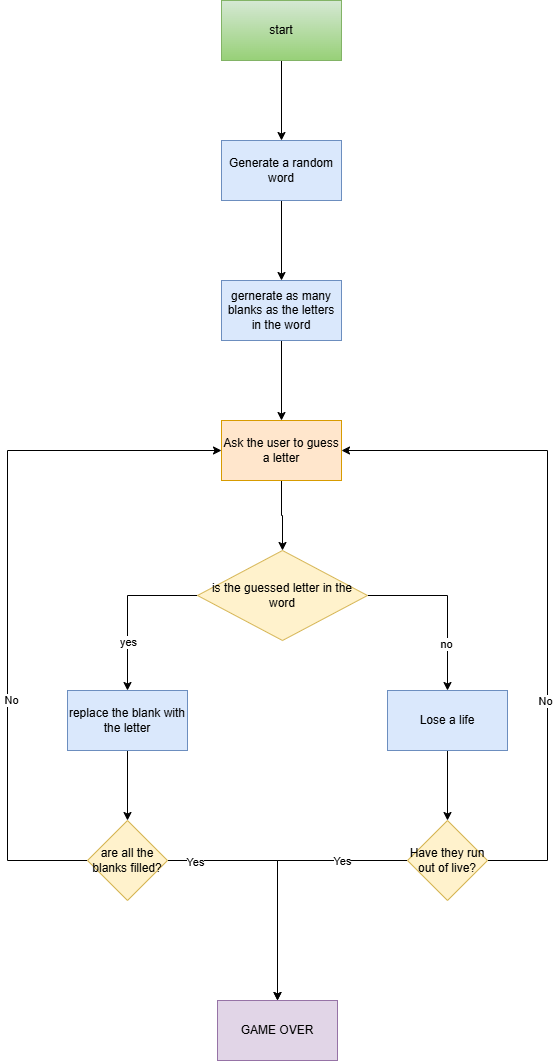
Earlier version of the draw.io export 07_review_skills/hangman.png (saurabhborse95/100-days-of-code-python). Source tidied: cells renumbered, new cells last; positions are measured from the earlier drawing's top-left corner, leaving out a move shared by most shapes. Its diagram source:
```xml
<mxGraphModel>
  <root>
    <mxCell id="0" />
    <mxCell id="1" parent="0" />
    <mxCell id="2" style="edgeStyle=orthogonalEdgeStyle;rounded=0;jettySize=auto;html=1;" parent="1" edge="1" source="3" target="5">
      <mxGeometry relative="1" as="geometry" />
    </mxCell>
    <mxCell id="3" value="start" style="rounded=0;whiteSpace=wrap;html=1;fillColor=#d5e8d4;gradientColor=#97d077;strokeColor=#82b366;" parent="1" vertex="1">
      <mxGeometry x="214" width="120" height="60" as="geometry" />
    </mxCell>
    <mxCell id="4" style="edgeStyle=orthogonalEdgeStyle;rounded=0;jettySize=auto;html=1;" parent="1" edge="1" source="5" target="7">
      <mxGeometry relative="1" as="geometry" />
    </mxCell>
    <mxCell id="5" value="Generate a random word" style="rounded=0;whiteSpace=wrap;html=1;fillColor=#dae8fc;strokeColor=#6c8ebf;" parent="1" vertex="1">
      <mxGeometry x="214" y="140" width="120" height="60" as="geometry" />
    </mxCell>
    <mxCell id="6" style="edgeStyle=orthogonalEdgeStyle;rounded=0;jettySize=auto;html=1;" parent="1" edge="1" source="7" target="9">
      <mxGeometry relative="1" as="geometry" />
    </mxCell>
    <mxCell id="7" value="gernerate as many blanks as the letters in the word" style="rounded=0;whiteSpace=wrap;html=1;fillColor=#dae8fc;strokeColor=#6c8ebf;" parent="1" vertex="1">
      <mxGeometry x="214" y="280" width="120" height="60" as="geometry" />
    </mxCell>
    <mxCell id="8" style="edgeStyle=orthogonalEdgeStyle;rounded=0;jettySize=auto;html=1;" parent="1" edge="1" source="9" target="14">
      <mxGeometry relative="1" as="geometry" />
    </mxCell>
    <mxCell id="9" value="Ask the user to guess a letter" style="rounded=0;whiteSpace=wrap;html=1;fillColor=#ffe6cc;strokeColor=#d79b00;" parent="1" vertex="1">
      <mxGeometry x="214" y="420" width="120" height="60" as="geometry" />
    </mxCell>
    <mxCell id="10" style="edgeStyle=orthogonalEdgeStyle;rounded=0;jettySize=auto;html=1;" parent="1" edge="1" source="14" target="16">
      <mxGeometry relative="1" as="geometry" />
    </mxCell>
    <mxCell id="11" value="yes" style="edgeLabel;html=1;align=center;verticalAlign=middle;" parent="10" vertex="1">
      <mxGeometry x="0.41" relative="1" as="geometry" />
    </mxCell>
    <mxCell id="12" style="edgeStyle=orthogonalEdgeStyle;rounded=0;jettySize=auto;html=1;" parent="1" edge="1" source="14" target="18">
      <mxGeometry relative="1" as="geometry" />
    </mxCell>
    <mxCell id="13" value="no" style="edgeLabel;html=1;align=center;verticalAlign=middle;" parent="12" vertex="1">
      <mxGeometry x="0.46" y="-2" relative="1" as="geometry" />
    </mxCell>
    <mxCell id="14" value="is the guessed letter in the word" style="rhombus;whiteSpace=wrap;html=1;rounded=0;fillColor=#fff2cc;strokeColor=#d6b656;" parent="1" vertex="1">
      <mxGeometry x="190" y="550" width="170" height="90" as="geometry" />
    </mxCell>
    <mxCell id="15" style="edgeStyle=orthogonalEdgeStyle;rounded=0;jettySize=auto;html=1;" parent="1" edge="1" source="16" target="23">
      <mxGeometry relative="1" as="geometry" />
    </mxCell>
    <mxCell id="16" value="replace the blank with the letter" style="whiteSpace=wrap;html=1;rounded=0;fillColor=#dae8fc;strokeColor=#6c8ebf;" parent="1" vertex="1">
      <mxGeometry x="60" y="690" width="120" height="60" as="geometry" />
    </mxCell>
    <mxCell id="17" style="edgeStyle=orthogonalEdgeStyle;rounded=0;jettySize=auto;html=1;" parent="1" edge="1" source="18" target="28">
      <mxGeometry relative="1" as="geometry" />
    </mxCell>
    <mxCell id="18" value="Lose a life" style="whiteSpace=wrap;html=1;rounded=0;fillColor=#dae8fc;strokeColor=#6c8ebf;" parent="1" vertex="1">
      <mxGeometry x="380" y="690" width="120" height="60" as="geometry" />
    </mxCell>
    <mxCell id="19" style="edgeStyle=orthogonalEdgeStyle;rounded=0;jettySize=auto;html=1;entryX=0;entryY=0.5;entryDx=0;entryDy=0;" parent="1" edge="1" source="23" target="9">
      <mxGeometry relative="1" as="geometry">
        <Array as="points">
          <mxPoint y="860" />
          <mxPoint y="450" />
        </Array>
      </mxGeometry>
    </mxCell>
    <mxCell id="20" value="No" style="edgeLabel;html=1;align=center;verticalAlign=middle;" parent="19" vertex="1">
      <mxGeometry x="-0.32" y="-3" relative="1" as="geometry" />
    </mxCell>
    <mxCell id="21" style="edgeStyle=orthogonalEdgeStyle;rounded=0;jettySize=auto;html=1;" parent="1" edge="1" source="23" target="29">
      <mxGeometry relative="1" as="geometry" />
    </mxCell>
    <mxCell id="22" value="Yes" style="edgeLabel;html=1;align=center;verticalAlign=middle;" parent="21" vertex="1">
      <mxGeometry x="-0.78" y="-1" relative="1" as="geometry" />
    </mxCell>
    <mxCell id="23" value="are all the blanks filled?" style="rhombus;whiteSpace=wrap;html=1;rounded=0;fillColor=#fff2cc;strokeColor=#d6b656;" parent="1" vertex="1">
      <mxGeometry x="80" y="820" width="80" height="80" as="geometry" />
    </mxCell>
    <mxCell id="24" style="edgeStyle=orthogonalEdgeStyle;rounded=0;jettySize=auto;html=1;entryX=1;entryY=0.5;entryDx=0;entryDy=0;" parent="1" edge="1" source="28" target="9">
      <mxGeometry relative="1" as="geometry">
        <Array as="points">
          <mxPoint x="540" y="860" />
          <mxPoint x="540" y="450" />
        </Array>
      </mxGeometry>
    </mxCell>
    <mxCell id="25" value="No" style="edgeLabel;html=1;align=center;verticalAlign=middle;" parent="24" vertex="1">
      <mxGeometry x="-0.35" y="3" relative="1" as="geometry" />
    </mxCell>
    <mxCell id="26" style="edgeStyle=orthogonalEdgeStyle;rounded=0;jettySize=auto;html=1;entryX=0.5;entryY=0;entryDx=0;entryDy=0;" parent="1" edge="1" source="28" target="29">
      <mxGeometry relative="1" as="geometry" />
    </mxCell>
    <mxCell id="27" value="Yes" style="edgeLabel;html=1;align=center;verticalAlign=middle;" parent="26" vertex="1">
      <mxGeometry x="-0.47" y="3" relative="1" as="geometry">
        <mxPoint x="5" y="-3" as="offset" />
      </mxGeometry>
    </mxCell>
    <mxCell id="28" value="Have they run out of live?" style="rhombus;whiteSpace=wrap;html=1;rounded=0;fillColor=#fff2cc;strokeColor=#d6b656;" parent="1" vertex="1">
      <mxGeometry x="400" y="820" width="80" height="80" as="geometry" />
    </mxCell>
    <mxCell id="29" value="GAME OVER" style="whiteSpace=wrap;html=1;rounded=0;fillColor=#e1d5e7;strokeColor=#9673a6;" parent="1" vertex="1">
      <mxGeometry x="210" y="1000" width="120" height="60" as="geometry" />
    </mxCell>
  </root>
</mxGraphModel>
```
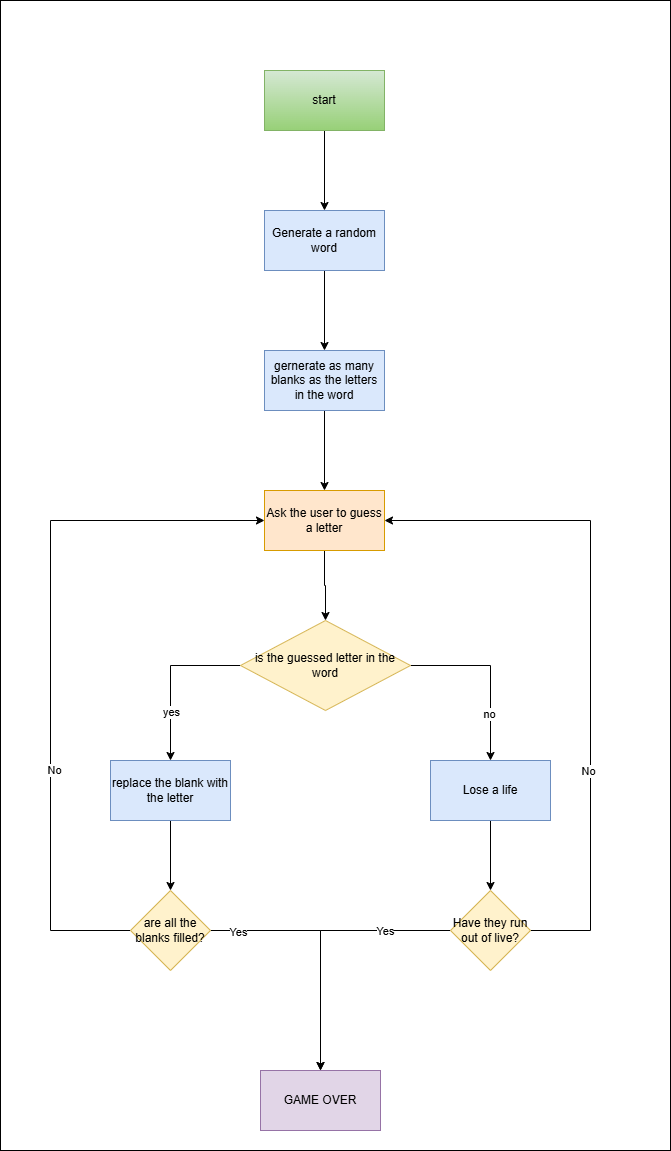
After the change.

Change to the diagram source:
```diff
@@ -2,6 +2,9 @@
   <root>
     <mxCell id="0" />
     <mxCell id="1" parent="0" />
+    <mxCell id="30" style="rounded=0;whiteSpace=wrap;html=1;" parent="1" vertex="1">
+      <mxGeometry x="-50" y="-70" width="670" height="1150" as="geometry" />
+    </mxCell>
     <mxCell id="2" style="edgeStyle=orthogonalEdgeStyle;rounded=0;jettySize=auto;html=1;" parent="1" edge="1" source="3" target="5">
       <mxGeometry relative="1" as="geometry" />
     </mxCell>
```
